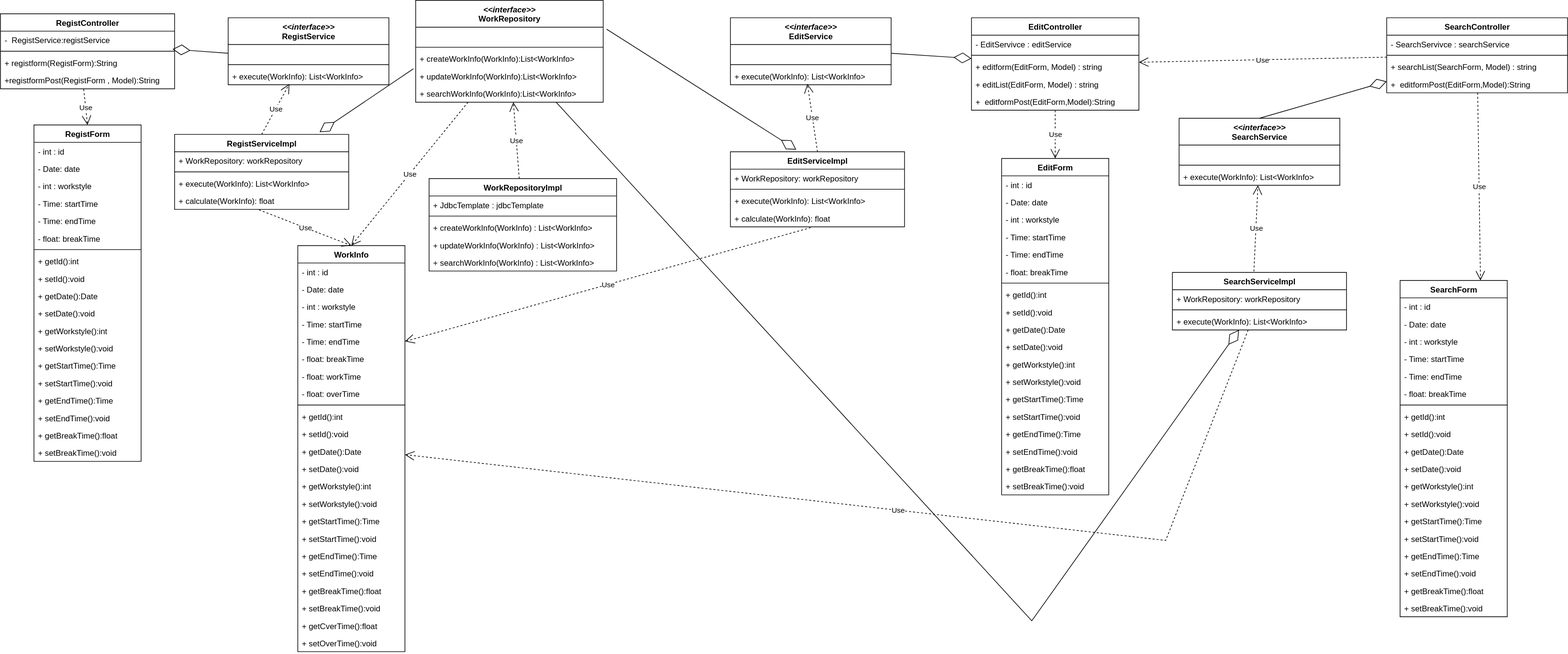
This is 03_詳細設計/クラス図/検索機能.drawio.svg from ICT-Training-2026/team-project-15, a draw.io export, as it was before one commit. Source tidied: cells renumbered, new cells last; positions are measured from the earlier drawing's top-left corner, leaving out a move shared by most shapes.
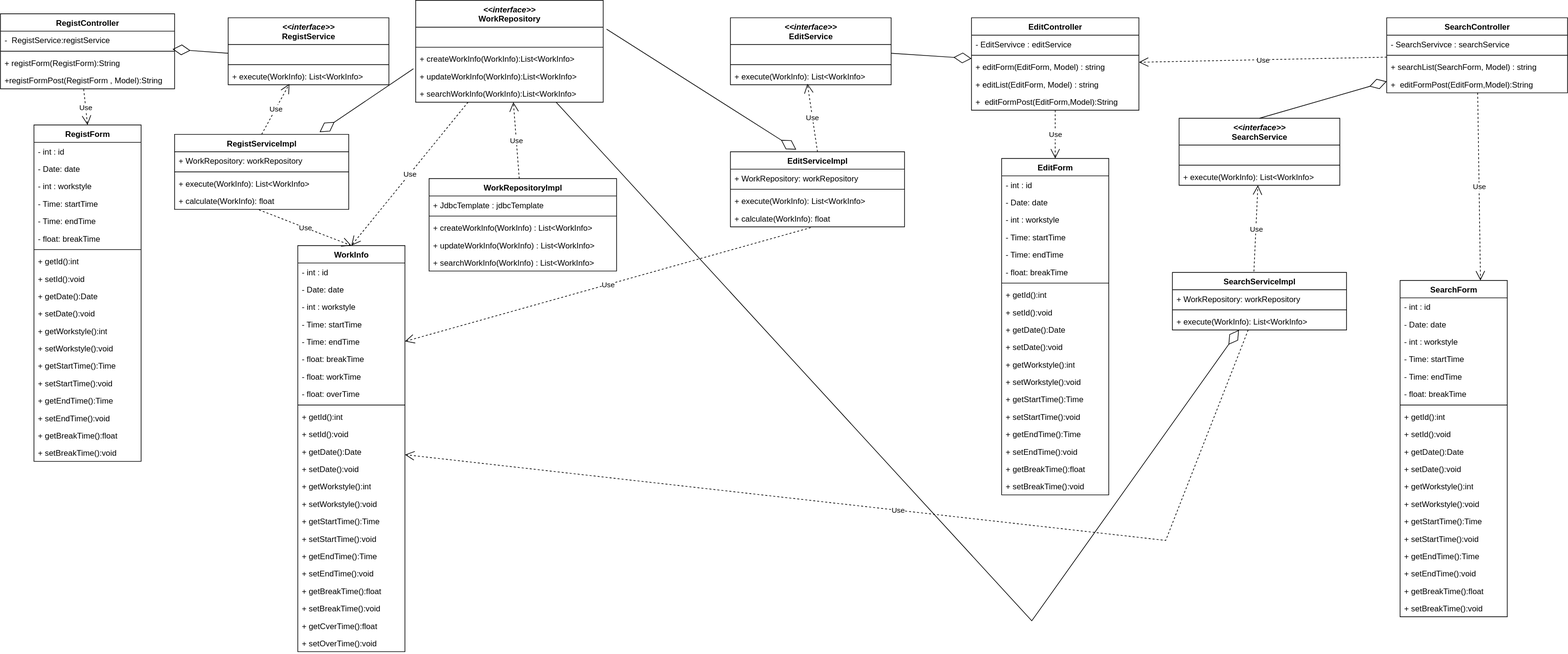
Above is the later version.

Commit message:
ユーザー登録・削除

What changed in the source:
```diff
@@ -227,13 +227,13 @@
     <mxCell id="76" style="line;strokeWidth=1;fillColor=none;align=left;verticalAlign=middle;spacingTop=-1;spacingLeft=3;spacingRight=3;labelPosition=right;strokeColor=inherit;" parent="74" vertex="1">
       <mxGeometry y="52" width="250" height="8" as="geometry" />
     </mxCell>
-    <mxCell id="77" value="+ editform(EditForm, Model) : string" style="text;strokeColor=none;fillColor=none;align=left;verticalAlign=top;spacingLeft=4;spacingRight=4;overflow=hidden;whiteSpace=wrap;html=1;" parent="74" vertex="1">
+    <mxCell id="77" value="+ editForm(EditForm, Model) : string" style="text;strokeColor=none;fillColor=none;align=left;verticalAlign=top;spacingLeft=4;spacingRight=4;overflow=hidden;whiteSpace=wrap;html=1;" parent="74" vertex="1">
       <mxGeometry y="60" width="250" height="26" as="geometry" />
     </mxCell>
     <mxCell id="78" value="+ editList(EditForm, Model) : string" style="text;strokeColor=none;fillColor=none;align=left;verticalAlign=top;spacingLeft=4;spacingRight=4;overflow=hidden;whiteSpace=wrap;html=1;" parent="74" vertex="1">
       <mxGeometry y="86" width="250" height="26" as="geometry" />
     </mxCell>
-    <mxCell id="79" value="+&amp;nbsp; editformPost(EditForm,Model):String" style="text;strokeColor=none;fillColor=none;align=left;verticalAlign=top;spacingLeft=4;spacingRight=4;overflow=hidden;whiteSpace=wrap;html=1;" parent="74" vertex="1">
+    <mxCell id="79" value="+&amp;nbsp; editFormPost(EditForm,Model):String" style="text;strokeColor=none;fillColor=none;align=left;verticalAlign=top;spacingLeft=4;spacingRight=4;overflow=hidden;whiteSpace=wrap;html=1;" parent="74" vertex="1">
       <mxGeometry y="112" width="250" height="26" as="geometry" />
     </mxCell>
     <mxCell id="80" value="RegistController" style="swimlane;fontStyle=1;align=center;verticalAlign=top;horizontal=1;startSize=26;whiteSpace=wrap;html=1;" parent="1" vertex="1">
@@ -245,10 +245,10 @@
     <mxCell id="82" style="line;strokeWidth=1;fillColor=none;align=left;verticalAlign=middle;spacingTop=-1;spacingLeft=3;spacingRight=3;labelPosition=right;points=[];portConstraint=eastwest;strokeColor=inherit;" parent="80" vertex="1">
       <mxGeometry y="52" width="260" height="8" as="geometry" />
     </mxCell>
-    <mxCell id="83" value="+ registform(RegistForm):String&amp;nbsp;" style="text;strokeColor=none;fillColor=none;align=left;verticalAlign=top;spacingLeft=4;spacingRight=4;overflow=hidden;whiteSpace=wrap;html=1;" parent="80" vertex="1">
+    <mxCell id="83" value="+ registForm(RegistForm):String&amp;nbsp;" style="text;strokeColor=none;fillColor=none;align=left;verticalAlign=top;spacingLeft=4;spacingRight=4;overflow=hidden;whiteSpace=wrap;html=1;" parent="80" vertex="1">
       <mxGeometry y="60" width="260" height="26" as="geometry" />
     </mxCell>
-    <mxCell id="84" value="+registformPost(RegistForm , Model):String&amp;nbsp;" style="text;strokeColor=none;fillColor=none;align=left;verticalAlign=top;spacingLeft=4;spacingRight=4;overflow=hidden;points=[[0,0.5],[1,0.5]];portConstraint=eastwest;whiteSpace=wrap;html=1;" parent="80" vertex="1">
+    <mxCell id="84" value="+registFormPost(RegistForm , Model):String&amp;nbsp;" style="text;strokeColor=none;fillColor=none;align=left;verticalAlign=top;spacingLeft=4;spacingRight=4;overflow=hidden;points=[[0,0.5],[1,0.5]];portConstraint=eastwest;whiteSpace=wrap;html=1;" parent="80" vertex="1">
       <mxGeometry y="86" width="260" height="26" as="geometry" />
     </mxCell>
     <mxCell id="85" value="EditForm" style="swimlane;fontStyle=1;align=center;verticalAlign=top;horizontal=1;startSize=26;whiteSpace=wrap;html=1;" parent="1" vertex="1">
@@ -365,7 +365,7 @@
     <mxCell id="122" value="+ searchList(SearchForm, Model) : string" style="text;strokeColor=none;fillColor=none;align=left;verticalAlign=top;spacingLeft=4;spacingRight=4;overflow=hidden;whiteSpace=wrap;html=1;" parent="119" vertex="1">
       <mxGeometry y="60" width="270" height="26" as="geometry" />
     </mxCell>
-    <mxCell id="123" value="+&amp;nbsp; editformPost(EditForm,Model):String" style="text;strokeColor=none;fillColor=none;align=left;verticalAlign=top;spacingLeft=4;spacingRight=4;overflow=hidden;whiteSpace=wrap;html=1;" parent="119" vertex="1">
+    <mxCell id="123" value="+&amp;nbsp; editFormPost(EditForm,Model):String" style="text;strokeColor=none;fillColor=none;align=left;verticalAlign=top;spacingLeft=4;spacingRight=4;overflow=hidden;whiteSpace=wrap;html=1;" parent="119" vertex="1">
       <mxGeometry y="86" width="270" height="26" as="geometry" />
     </mxCell>
     <mxCell id="124" value="&lt;div&gt;&lt;span style=&quot;background-color: transparent; color: light-dark(rgb(0, 0, 0), rgb(255, 255, 255));&quot;&gt;&lt;i&gt;&amp;lt;&amp;lt;interface&amp;gt;&amp;gt;&lt;br&gt;&lt;/i&gt;SearchService&lt;/span&gt;&lt;/div&gt;" style="swimlane;fontStyle=1;align=center;verticalAlign=top;horizontal=1;startSize=40;whiteSpace=wrap;html=1;" parent="1" vertex="1">
```
